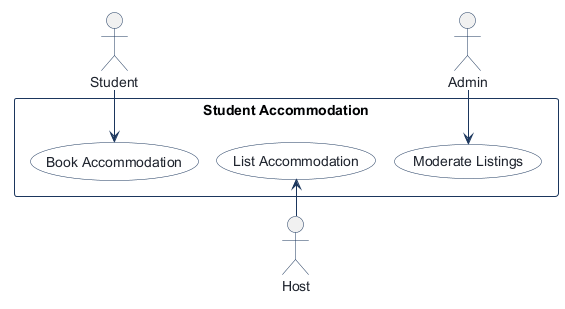
Before: docs/diagrams/use-case.png, a diagram exported from PlantUML (CosmicDreamer21/comp3613a1). The source it was exported from:
```plantuml
@startuml
!pragma layout smetana
!pragma layout smetana
skinparam shadowing false
skinparam actorBorderColor #1B365D
skinparam actorFontColor #1E232D
skinparam usecaseBackgroundColor #FFFFFF
skinparam usecaseBorderColor #1B365D
skinparam usecaseFontColor #1E232D
skinparam rectangleBorderColor #1B365D
skinparam rectangleBackgroundColor #F8FAFC
skinparam arrowColor #1B365D

actor "Student" as Student
actor "Admin" as Admin

rectangle "Student Accommodation" {
  usecase "Book Accommodation" as Book_Accommodation
  usecase "List Accommodation" as List_Accommodation
  usecase "Moderate Listings" as Moderate_Listings
}

actor "Host" as Host

Student --> Book_Accommodation
List_Accommodation <-- Host
Admin --> Moderate_Listings

@enduml
```
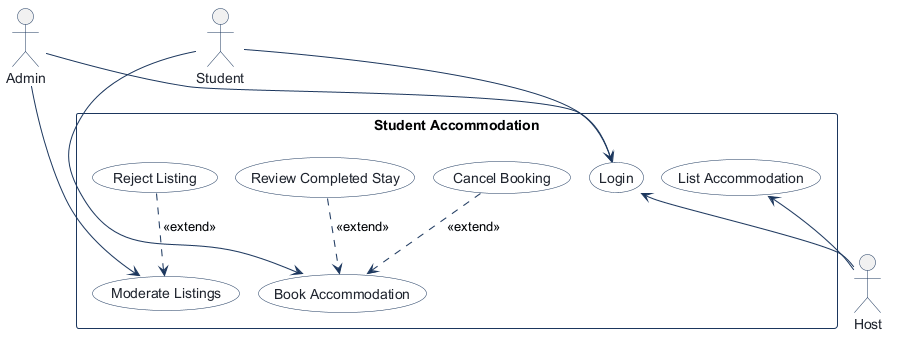
Later version of the same file.

Diff of the diagram source:
```diff
@@ -15,15 +15,25 @@
 actor "Admin" as Admin
 
 rectangle "Student Accommodation" {
+  usecase "Login" as Login
   usecase "Book Accommodation" as Book_Accommodation
+  usecase "Cancel Booking" as Cancel_Booking
+  usecase "Review Completed Stay" as Review_Completed_Stay
   usecase "List Accommodation" as List_Accommodation
   usecase "Moderate Listings" as Moderate_Listings
+  usecase "Reject Listing" as Reject_Listing
 }
 
 actor "Host" as Host
 
+Student --> Login
+Login <-- Host
+Admin --> Login
 Student --> Book_Accommodation
+Cancel_Booking ..> Book_Accommodation : <<extend>>
+Review_Completed_Stay ..> Book_Accommodation : <<extend>>
 List_Accommodation <-- Host
 Admin --> Moderate_Listings
+Reject_Listing ..> Moderate_Listings : <<extend>>
 
 @enduml
```
